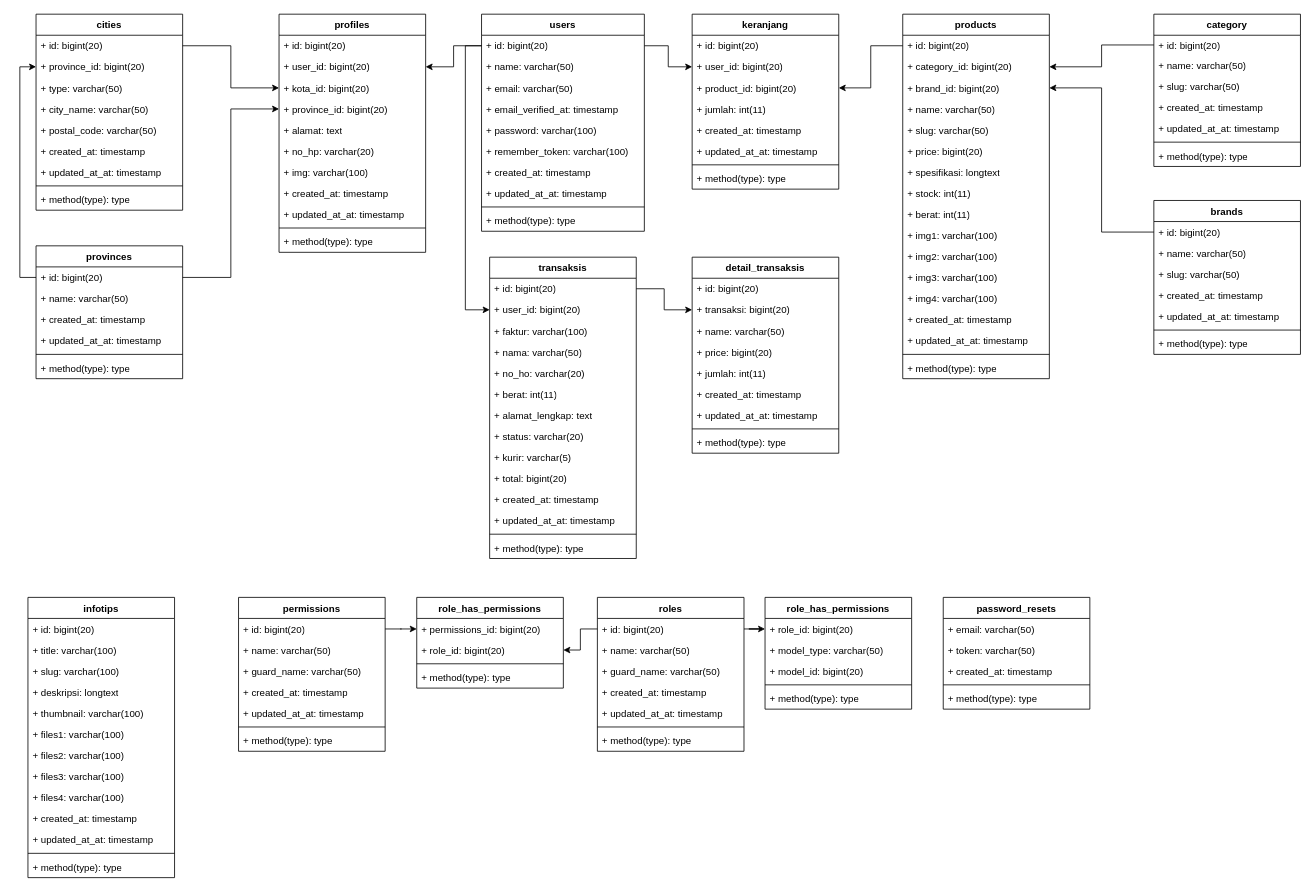
This is page "Halaman-2" (2 of 2) of classdiagram.drawio from ThikerXCX/umltoko, a draw.io file, before an edit. Source tidied: cells renumbered, new cells numbered last; positions are measured from the earlier drawing's top-left corner, leaving out a move shared by most shapes. Both pictures are drawn from the tidied source at 81%, with x=0, y=0 at pixel (28, 14).
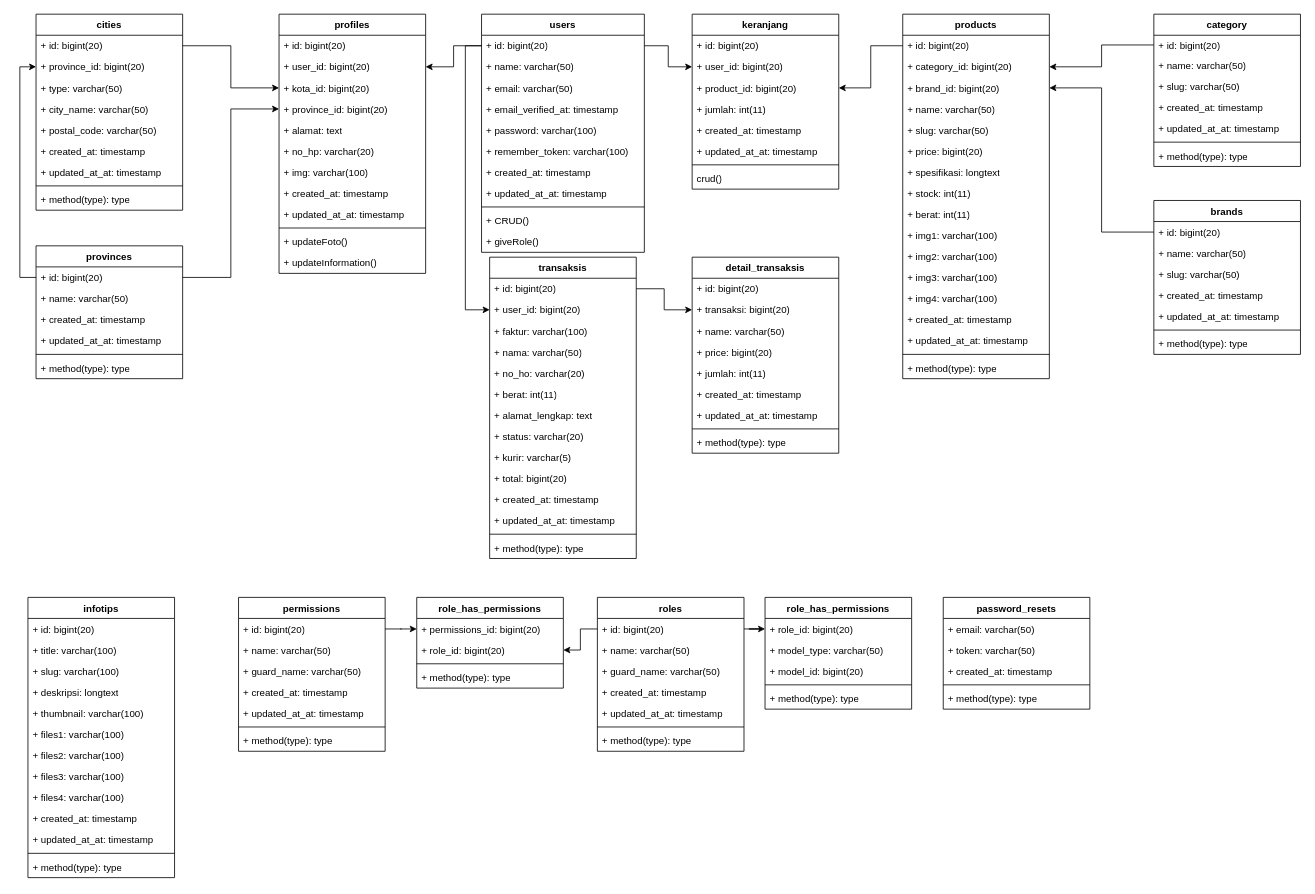
Above is the later version.

The change refers to these unchanged cells:
```xml
<mxCell id="25" value="keranjang" style="swimlane;fontStyle=1;align=center;verticalAlign=top;horizontal=1;startSize=26;whiteSpace=wrap;html=1;" parent="1" vertex="1">
  <mxGeometry x="820" width="181" height="216" as="geometry" />
</mxCell>
```

The edit, as a diff of the source:
```diff
@@
     <mxCell id="2" value="profiles" style="swimlane;fontStyle=1;align=center;verticalAlign=top;horizontal=1;startSize=26;whiteSpace=wrap;html=1;" parent="1" vertex="1">
-      <mxGeometry x="310" width="181" height="294" as="geometry" />
+      <mxGeometry x="310" width="181" height="320" as="geometry" />
     </mxCell>
@@
-    <mxCell id="13" value="+ method(type): type" style="text;strokeColor=none;fillColor=none;align=left;verticalAlign=top;spacingLeft=4;spacingRight=4;overflow=hidden;whiteSpace=wrap;html=1;" parent="2" vertex="1">
+    <mxCell id="13" value="+ updateFoto()" style="text;strokeColor=none;fillColor=none;align=left;verticalAlign=top;spacingLeft=4;spacingRight=4;overflow=hidden;whiteSpace=wrap;html=1;" parent="2" vertex="1">
       <mxGeometry y="268" width="181" height="26" as="geometry" />
     </mxCell>
+    <mxCell id="170" value="+ updateInformation()" style="text;strokeColor=none;fillColor=none;align=left;verticalAlign=top;spacingLeft=4;spacingRight=4;overflow=hidden;whiteSpace=wrap;html=1;" parent="2" vertex="1">
+      <mxGeometry y="294" width="181" height="26" as="geometry" />
+    </mxCell>
     <mxCell id="14" value="users" style="swimlane;fontStyle=1;align=center;verticalAlign=top;horizontal=1;startSize=26;whiteSpace=wrap;html=1;" parent="1" vertex="1">
-      <mxGeometry x="560" width="201" height="268" as="geometry" />
+      <mxGeometry x="560" width="201" height="294" as="geometry" />
     </mxCell>
@@
-    <mxCell id="24" value="+ method(type): type" style="text;strokeColor=none;fillColor=none;align=left;verticalAlign=top;spacingLeft=4;spacingRight=4;overflow=hidden;whiteSpace=wrap;html=1;" parent="14" vertex="1">
+    <mxCell id="24" value="+ CRUD()" style="text;strokeColor=none;fillColor=none;align=left;verticalAlign=top;spacingLeft=4;spacingRight=4;overflow=hidden;whiteSpace=wrap;html=1;" parent="14" vertex="1">
       <mxGeometry y="242" width="201" height="26" as="geometry" />
     </mxCell>
+    <mxCell id="171" value="+ giveRole()" style="text;strokeColor=none;fillColor=none;align=left;verticalAlign=top;spacingLeft=4;spacingRight=4;overflow=hidden;whiteSpace=wrap;html=1;" parent="14" vertex="1">
+      <mxGeometry y="268" width="201" height="26" as="geometry" />
+    </mxCell>
@@
-    <mxCell id="33" value="+ method(type): type" style="text;strokeColor=none;fillColor=none;align=left;verticalAlign=top;spacingLeft=4;spacingRight=4;overflow=hidden;whiteSpace=wrap;html=1;" parent="25" vertex="1">
+    <mxCell id="33" value="crud()" style="text;strokeColor=none;fillColor=none;align=left;verticalAlign=top;spacingLeft=4;spacingRight=4;overflow=hidden;whiteSpace=wrap;html=1;" parent="25" vertex="1">
       <mxGeometry y="190" width="181" height="26" as="geometry" />
     </mxCell>
```
